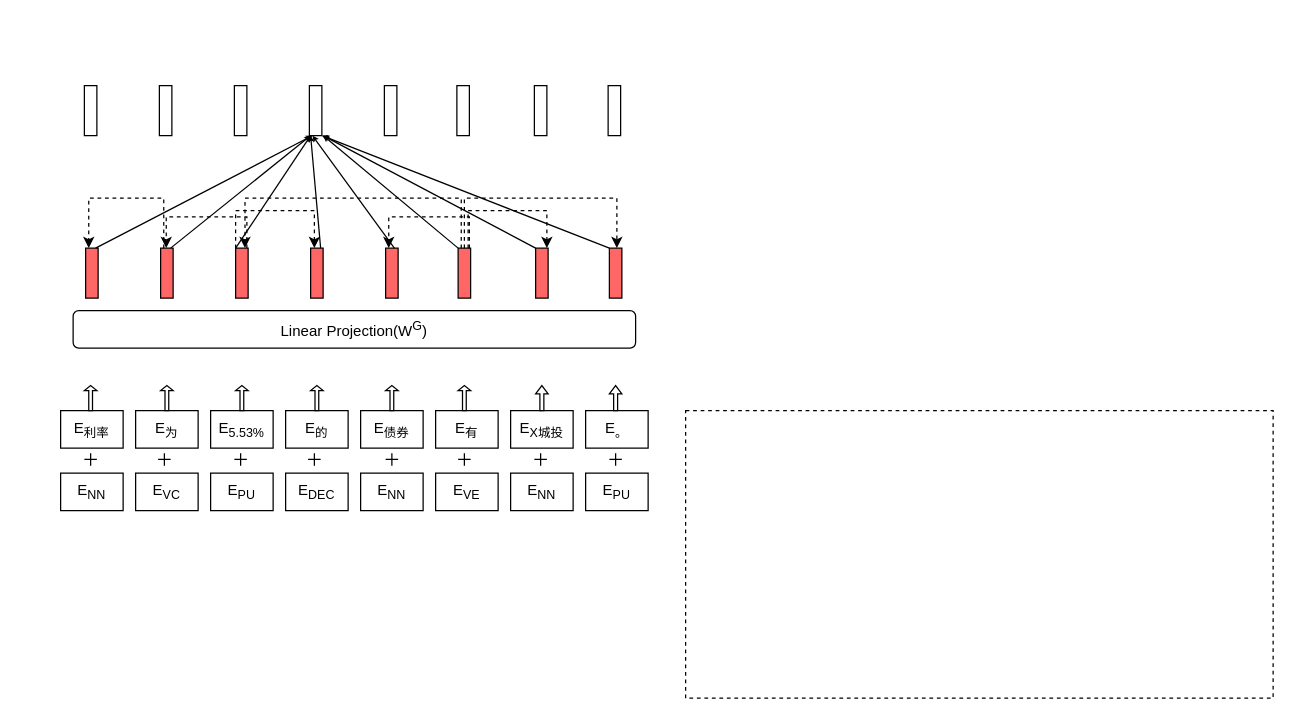
The draw.io diagram 一种基于句法增强的转述式金融智能问答装置.drawio in Zoisaang/test1, before the edit. Source tidied: cells renumbered, new cells numbered last; positions are measured from the earlier drawing's top-left corner, leaving out a move shared by most shapes. Both pictures are drawn from the tidied source at 125%, with x=0, y=0 at pixel (60, 85).
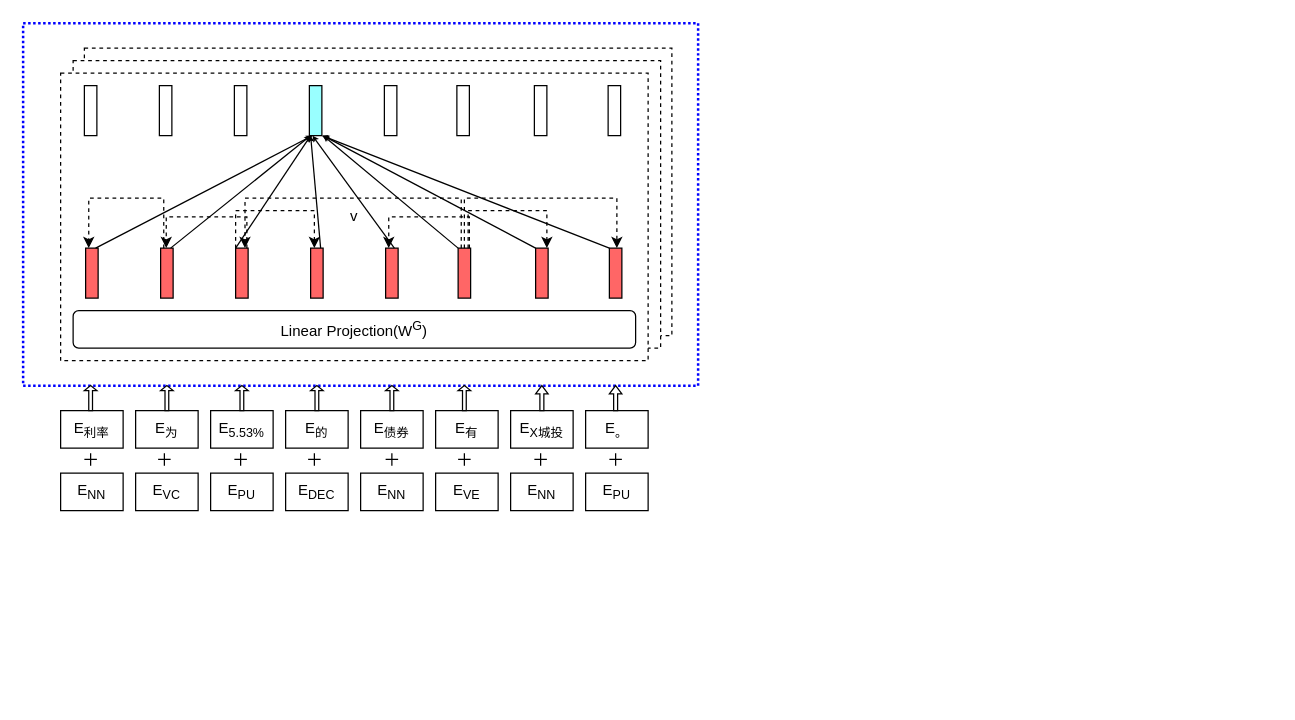
Above is the later version.

Commit message:
GAT一种基于句法增强的转述式金融智能问答装置.drawio

The edit, as a diff of the source:
```diff
@@
+    <mxCell id="67" style="rounded=0;whiteSpace=wrap;html=1;dashed=1;strokeWidth=2;dashPattern=1 1;strokeColor=#0000FF;" parent="1" vertex="1">
+      <mxGeometry x="-30" y="-50" width="540" height="290" as="geometry" />
+    </mxCell>
+    <mxCell id="68" style="rounded=0;whiteSpace=wrap;html=1;dashed=1;" parent="1" vertex="1">
+      <mxGeometry x="19" y="-30" width="470" height="230" as="geometry" />
+    </mxCell>
+    <mxCell id="69" style="rounded=0;whiteSpace=wrap;html=1;dashed=1;" parent="1" vertex="1">
+      <mxGeometry x="10" y="-20" width="470" height="230" as="geometry" />
+    </mxCell>
@@
-    <mxCell id="34" style="rounded=0;whiteSpace=wrap;html=1;dashed=1;" parent="1" vertex="1">
-      <mxGeometry x="500" y="260" width="470" height="230" as="geometry" />
+    <mxCell id="34" value="v" style="rounded=0;whiteSpace=wrap;html=1;dashed=1;" parent="1" vertex="1">
+      <mxGeometry y="-10" width="470" height="230" as="geometry" />
     </mxCell>
@@
-    <mxCell id="47" style="rounded=0;whiteSpace=wrap;html=1;" parent="1" vertex="1">
+    <mxCell id="47" style="rounded=0;whiteSpace=wrap;html=1;fillColor=#99FFFF;" parent="1" vertex="1">
       <mxGeometry x="199" width="10" height="40" as="geometry" />
     </mxCell>
```
